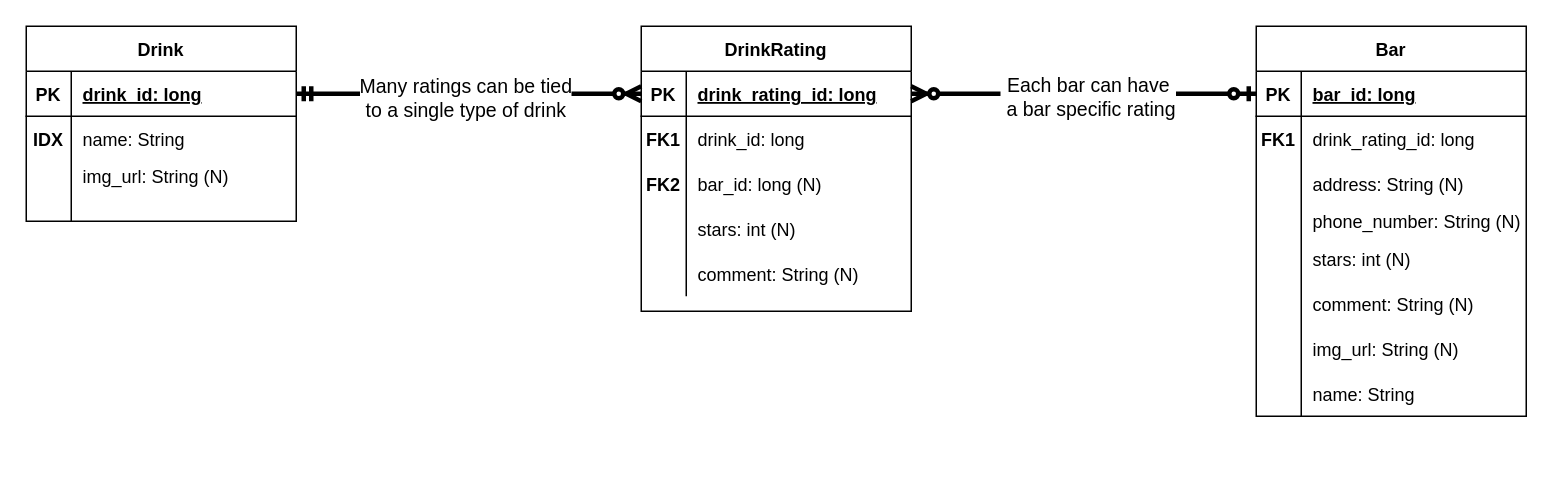
Before: docs/img/drawio/erd.drawio in tnordquist/personal-android-project-rbrazell1, a draw.io diagram. Source tidied: cells renumbered, new cells numbered last; positions are measured from the earlier drawing's top-left corner, leaving out a move shared by most shapes. Both pictures are drawn from the tidied source at 150%, with x=0, y=0 at pixel (26, 26).
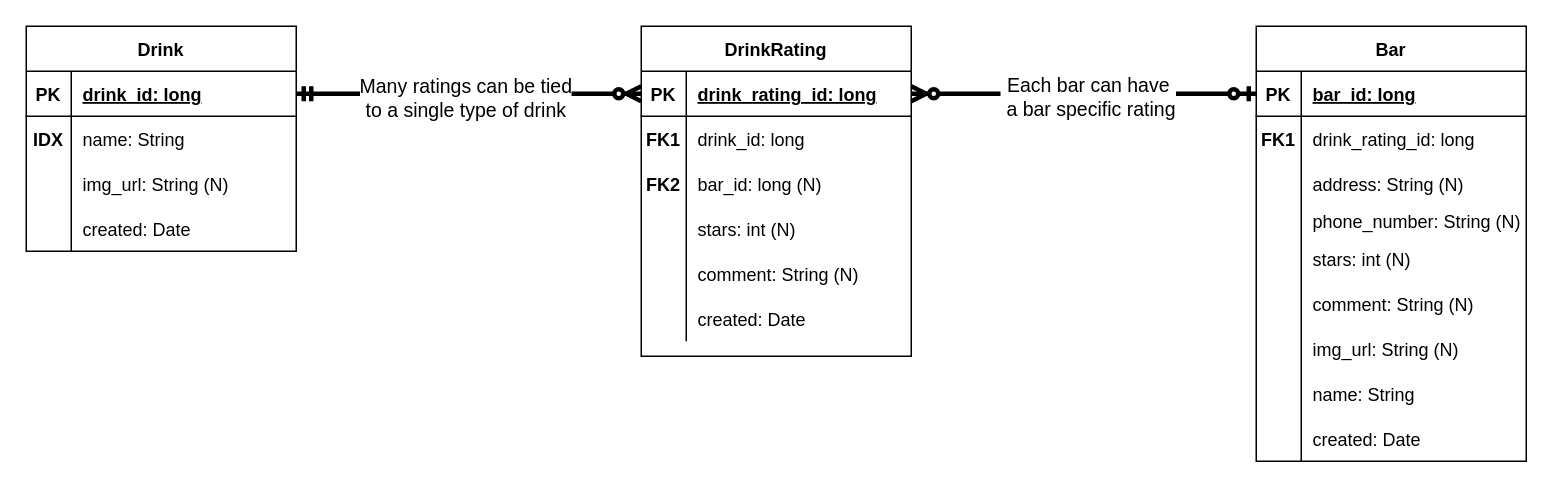
The same page after the edit.

Diff of the diagram source:
```diff
@@
     <mxCell id="2" value="Drink" style="shape=table;startSize=30;childLayout=tableLayout;rowLines=0;fontStyle=1;align=center;" parent="1" vertex="1">
-      <mxGeometry width="180" height="130" as="geometry" />
+      <mxGeometry width="180" height="150" as="geometry" />
     </mxCell>
@@
     <mxCell id="9" style="shape=partialRectangle;fillColor=none;top=0;left=0;bottom=0;right=0;" parent="2" vertex="1">
-      <mxGeometry y="90" width="180" height="20" as="geometry" />
+      <mxGeometry y="90" width="180" height="30" as="geometry" />
     </mxCell>
     <mxCell id="10" style="shape=partialRectangle;fillColor=none;top=0;left=0;bottom=0;right=0;overflow=hidden;" parent="9" vertex="1">
-      <mxGeometry width="30" height="20" as="geometry" />
+      <mxGeometry width="30" height="30" as="geometry" />
     </mxCell>
     <mxCell id="11" value="img_url: String (N)" style="shape=partialRectangle;fillColor=none;top=0;left=0;bottom=0;right=0;align=left;spacingLeft=6;overflow=hidden;" parent="9" vertex="1">
-      <mxGeometry x="30" width="150" height="20" as="geometry" />
+      <mxGeometry x="30" width="150" height="30" as="geometry" />
     </mxCell>
-    <mxCell id="12" style="shape=partialRectangle;fillColor=none;top=0;left=0;bottom=0;right=0;" parent="2" vertex="1">
-      <mxGeometry y="110" width="180" height="20" as="geometry" />
-    </mxCell>
-    <mxCell id="13" style="shape=partialRectangle;fillColor=none;top=0;left=0;bottom=0;right=0;overflow=hidden;" parent="12" vertex="1">
-      <mxGeometry width="30" height="20" as="geometry" />
-    </mxCell>
-    <mxCell id="14" style="shape=partialRectangle;fillColor=none;top=0;left=0;bottom=0;right=0;align=left;spacingLeft=6;overflow=hidden;" parent="12" vertex="1">
-      <mxGeometry x="30" width="150" height="20" as="geometry" />
-    </mxCell>
+    <mxCell id="60" style="shape=partialRectangle;fillColor=none;top=0;left=0;bottom=0;right=0;" parent="2" vertex="1">
+      <mxGeometry y="120" width="180" height="30" as="geometry" />
+    </mxCell>
+    <mxCell id="61" style="shape=partialRectangle;fillColor=none;top=0;left=0;bottom=0;right=0;overflow=hidden;" parent="60" vertex="1">
+      <mxGeometry width="30" height="30" as="geometry" />
+    </mxCell>
+    <mxCell id="62" value="created: Date" style="shape=partialRectangle;fillColor=none;top=0;left=0;bottom=0;right=0;align=left;spacingLeft=6;overflow=hidden;" parent="60" vertex="1">
+      <mxGeometry x="30" width="150" height="30" as="geometry" />
+    </mxCell>
     <mxCell id="15" value="Bar" style="shape=table;startSize=30;childLayout=tableLayout;rowLines=0;fontStyle=1;align=center;" parent="1" vertex="1">
-      <mxGeometry x="820" width="180" height="260" as="geometry" />
+      <mxGeometry x="820" width="180" height="290" as="geometry" />
     </mxCell>
@@
+    <mxCell id="63" style="shape=partialRectangle;fillColor=none;top=0;left=0;bottom=0;right=0;" parent="15" vertex="1">
+      <mxGeometry y="260" width="180" height="30" as="geometry" />
+    </mxCell>
+    <mxCell id="64" style="shape=partialRectangle;fillColor=none;top=0;left=0;bottom=0;right=0;overflow=hidden;" parent="63" vertex="1">
+      <mxGeometry width="30" height="30" as="geometry" />
+    </mxCell>
+    <mxCell id="65" value="created: Date" style="shape=partialRectangle;fillColor=none;top=0;left=0;bottom=0;right=0;align=left;spacingLeft=6;overflow=hidden;" parent="63" vertex="1">
+      <mxGeometry x="30" width="150" height="30" as="geometry" />
+    </mxCell>
@@
     <mxCell id="44" value="DrinkRating" style="shape=table;startSize=30;childLayout=tableLayout;rowLines=0;fontStyle=1;align=center;" parent="1" vertex="1">
-      <mxGeometry x="410" width="180" height="190" as="geometry" />
+      <mxGeometry x="410" width="180" height="220" as="geometry" />
     </mxCell>
@@
+    <mxCell id="66" style="shape=partialRectangle;fillColor=none;top=0;left=0;bottom=0;right=0;" parent="44" vertex="1">
+      <mxGeometry y="180" width="180" height="30" as="geometry" />
+    </mxCell>
+    <mxCell id="67" style="shape=partialRectangle;fillColor=none;top=0;left=0;bottom=0;right=0;overflow=hidden;" parent="66" vertex="1">
+      <mxGeometry width="30" height="30" as="geometry" />
+    </mxCell>
+    <mxCell id="68" value="created: Date" style="shape=partialRectangle;fillColor=none;top=0;left=0;bottom=0;right=0;align=left;spacingLeft=6;overflow=hidden;" parent="66" vertex="1">
+      <mxGeometry x="30" width="150" height="30" as="geometry" />
+    </mxCell>
```
